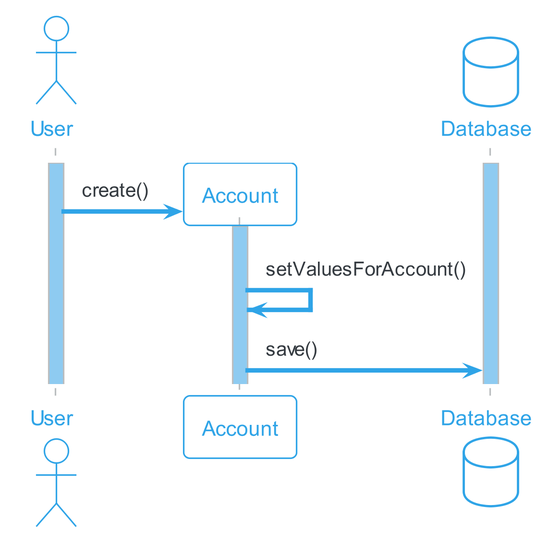
This is docs/content/diagrams/out/sequenzdiagram/kontoErstellen/KontoErstellen.png from sirtheta/ImmoGlobal_Semesterarbeit, a PlantUML export, as it was before one commit.
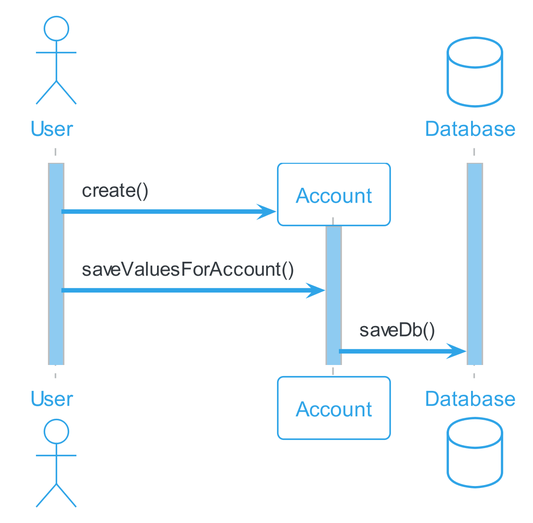
Later version of the same file.

The edit, as a diff of the source:
```diff
@@ -15,6 +15,6 @@
 create acc
 user -> acc : create()
 activate acc
-acc ->acc : setValuesForAccount()
-acc ->db : save()
+user ->acc : saveValuesForAccount()
+acc ->db : saveDb()
 @enduml
```
